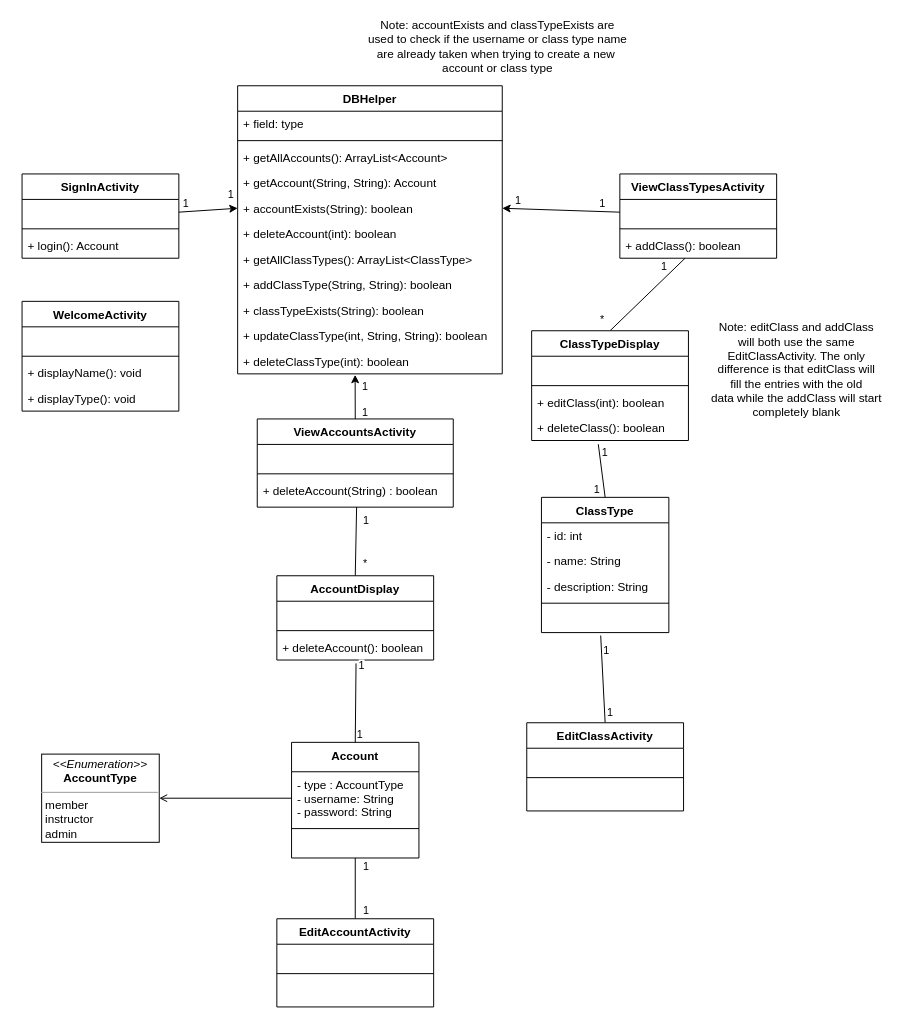
The draw.io diagram Documents/UML Class Diagram.drawio in AmyLDunn/Fitness_Center, before the edit. Source tidied: cells renumbered, new cells numbered last; positions are measured from the earlier drawing's top-left corner, leaving out a move shared by most shapes. Both pictures are drawn from the tidied source at 98%, with x=0, y=0 at pixel (22, 17).
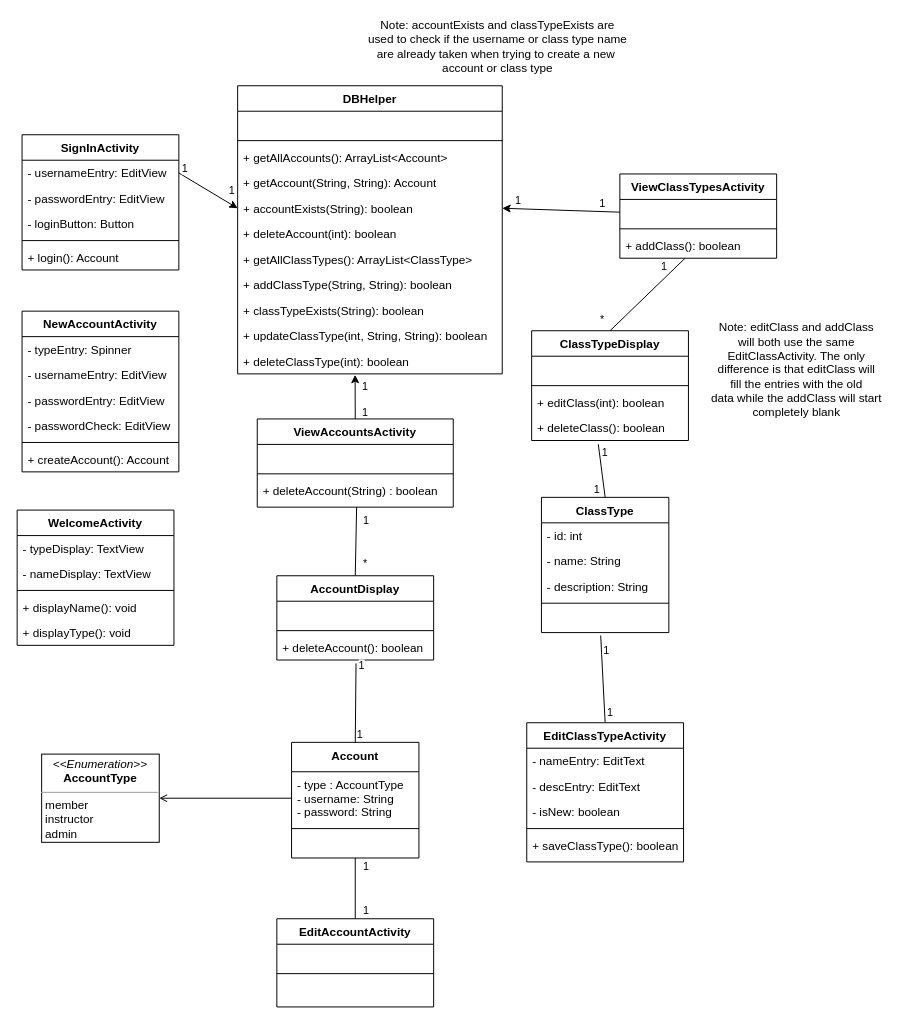
After the change.

Unchanged cells that the change refers to:
```xml
<mxCell id="50" value="DBHelper" style="swimlane;fontStyle=1;align=center;verticalAlign=top;horizontal=1;startSize=26;" parent="1" vertex="1">
  <mxGeometry x="220" y="70" width="270" height="294" as="geometry" />
</mxCell>
```

Diff of the diagram source:
```diff
@@
     <mxCell id="14" value="SignInActivity" style="swimlane;fontStyle=1;align=center;verticalAlign=top;horizontal=1;startSize=26;" parent="1" vertex="1">
-      <mxGeometry y="160" width="160" height="86" as="geometry" />
+      <mxGeometry y="120" width="160" height="138" as="geometry" />
     </mxCell>
-    <mxCell id="15" value=" " style="text;strokeColor=none;fillColor=none;align=left;verticalAlign=top;spacingLeft=4;spacingRight=4;overflow=hidden;points=[[0,0.5],[1,0.5]];portConstraint=eastwest;" parent="14" vertex="1">
+    <mxCell id="15" value="- usernameEntry: EditView" style="text;strokeColor=none;fillColor=none;align=left;verticalAlign=top;spacingLeft=4;spacingRight=4;overflow=hidden;points=[[0,0.5],[1,0.5]];portConstraint=eastwest;" parent="14" vertex="1">
       <mxGeometry y="26" width="160" height="26" as="geometry" />
     </mxCell>
+    <mxCell id="89" value="- passwordEntry: EditView" style="text;strokeColor=none;fillColor=none;align=left;verticalAlign=top;spacingLeft=4;spacingRight=4;overflow=hidden;" parent="14" vertex="1">
+      <mxGeometry y="52" width="160" height="26" as="geometry" />
+    </mxCell>
+    <mxCell id="90" value="- loginButton: Button" style="text;strokeColor=none;fillColor=none;align=left;verticalAlign=top;spacingLeft=4;spacingRight=4;overflow=hidden;" parent="14" vertex="1">
+      <mxGeometry y="78" width="160" height="26" as="geometry" />
+    </mxCell>
     <mxCell id="16" style="line;strokeWidth=1;fillColor=none;align=left;verticalAlign=middle;spacingTop=-1;spacingLeft=3;spacingRight=3;labelPosition=right;" parent="14" vertex="1">
-      <mxGeometry y="52" width="160" height="8" as="geometry" />
+      <mxGeometry y="104" width="160" height="8" as="geometry" />
     </mxCell>
     <mxCell id="17" value="+ login(): Account" style="text;strokeColor=none;fillColor=none;align=left;verticalAlign=top;spacingLeft=4;spacingRight=4;overflow=hidden;" parent="14" vertex="1">
-      <mxGeometry y="60" width="160" height="26" as="geometry" />
+      <mxGeometry y="112" width="160" height="26" as="geometry" />
     </mxCell>
     <mxCell id="18" value="WelcomeActivity" style="swimlane;fontStyle=1;align=center;verticalAlign=top;horizontal=1;startSize=26;" parent="1" vertex="1">
-      <mxGeometry y="290" width="160" height="112" as="geometry" />
+      <mxGeometry x="-5" y="503" width="160" height="138" as="geometry" />
     </mxCell>
-    <mxCell id="19" value=" " style="text;strokeColor=none;fillColor=none;align=left;verticalAlign=top;spacingLeft=4;spacingRight=4;overflow=hidden;" parent="18" vertex="1">
+    <mxCell id="19" value="- typeDisplay: TextView" style="text;strokeColor=none;fillColor=none;align=left;verticalAlign=top;spacingLeft=4;spacingRight=4;overflow=hidden;" parent="18" vertex="1">
       <mxGeometry y="26" width="160" height="26" as="geometry" />
     </mxCell>
+    <mxCell id="91" value="- nameDisplay: TextView" style="text;strokeColor=none;fillColor=none;align=left;verticalAlign=top;spacingLeft=4;spacingRight=4;overflow=hidden;" parent="18" vertex="1">
+      <mxGeometry y="52" width="160" height="26" as="geometry" />
+    </mxCell>
     <mxCell id="20" style="line;strokeWidth=1;fillColor=none;align=left;verticalAlign=middle;spacingTop=-1;spacingLeft=3;spacingRight=3;labelPosition=right;" parent="18" vertex="1">
-      <mxGeometry y="52" width="160" height="8" as="geometry" />
+      <mxGeometry y="78" width="160" height="8" as="geometry" />
     </mxCell>
     <mxCell id="21" value="+ displayName(): void" style="text;strokeColor=none;fillColor=none;align=left;verticalAlign=top;spacingLeft=4;spacingRight=4;overflow=hidden;" parent="18" vertex="1">
-      <mxGeometry y="60" width="160" height="26" as="geometry" />
+      <mxGeometry y="86" width="160" height="26" as="geometry" />
     </mxCell>
     <mxCell id="22" value="+ displayType(): void" style="text;strokeColor=none;fillColor=none;align=left;verticalAlign=top;spacingLeft=4;spacingRight=4;overflow=hidden;" parent="18" vertex="1">
-      <mxGeometry y="86" width="160" height="26" as="geometry" />
+      <mxGeometry y="112" width="160" height="26" as="geometry" />
     </mxCell>
@@
-    <mxCell id="36" value="EditClassActivity" style="swimlane;fontStyle=1;align=center;verticalAlign=top;horizontal=1;startSize=26;" parent="1" vertex="1">
-      <mxGeometry x="515" y="720" width="160" height="90" as="geometry" />
+    <mxCell id="36" value="EditClassTypeActivity" style="swimlane;fontStyle=1;align=center;verticalAlign=top;horizontal=1;startSize=26;" parent="1" vertex="1">
+      <mxGeometry x="515" y="720" width="160" height="142" as="geometry" />
     </mxCell>
-    <mxCell id="37" value=" " style="text;strokeColor=none;fillColor=none;align=left;verticalAlign=top;spacingLeft=4;spacingRight=4;overflow=hidden;" parent="36" vertex="1">
+    <mxCell id="37" value="- nameEntry: EditText" style="text;strokeColor=none;fillColor=none;align=left;verticalAlign=top;spacingLeft=4;spacingRight=4;overflow=hidden;" parent="36" vertex="1">
       <mxGeometry y="26" width="160" height="26" as="geometry" />
     </mxCell>
+    <mxCell id="92" value="- descEntry: EditText" style="text;strokeColor=none;fillColor=none;align=left;verticalAlign=top;spacingLeft=4;spacingRight=4;overflow=hidden;" parent="36" vertex="1">
+      <mxGeometry y="52" width="160" height="26" as="geometry" />
+    </mxCell>
+    <mxCell id="93" value="- isNew: boolean" style="text;strokeColor=none;fillColor=none;align=left;verticalAlign=top;spacingLeft=4;spacingRight=4;overflow=hidden;" parent="36" vertex="1">
+      <mxGeometry y="78" width="160" height="26" as="geometry" />
+    </mxCell>
     <mxCell id="38" style="line;strokeWidth=1;fillColor=none;align=left;verticalAlign=middle;spacingTop=-1;spacingLeft=3;spacingRight=3;labelPosition=right;" parent="36" vertex="1">
-      <mxGeometry y="52" width="160" height="8" as="geometry" />
+      <mxGeometry y="104" width="160" height="8" as="geometry" />
     </mxCell>
-    <mxCell id="39" value=" " style="text;strokeColor=none;fillColor=none;align=left;verticalAlign=top;spacingLeft=4;spacingRight=4;overflow=hidden;spacingTop=0;spacingBottom=0;spacing=2;" parent="36" vertex="1">
-      <mxGeometry y="60" width="160" height="30" as="geometry" />
+    <mxCell id="39" value="+ saveClassType(): boolean" style="text;strokeColor=none;fillColor=none;align=left;verticalAlign=top;spacingLeft=4;spacingRight=4;overflow=hidden;spacingTop=0;spacingBottom=0;spacing=2;" parent="36" vertex="1">
+      <mxGeometry y="112" width="160" height="30" as="geometry" />
     </mxCell>
@@
-    <mxCell id="51" value="+ field: type" style="text;strokeColor=none;fillColor=none;align=left;verticalAlign=top;spacingLeft=4;spacingRight=4;overflow=hidden;" parent="50" vertex="1">
+    <mxCell id="51" value=" " style="text;strokeColor=none;fillColor=none;align=left;verticalAlign=top;spacingLeft=4;spacingRight=4;overflow=hidden;" parent="50" vertex="1">
       <mxGeometry y="26" width="270" height="26" as="geometry" />
     </mxCell>
@@
+    <mxCell id="94" value="NewAccountActivity" style="swimlane;fontStyle=1;align=center;verticalAlign=top;horizontal=1;startSize=26;" parent="1" vertex="1">
+      <mxGeometry y="300" width="160" height="164" as="geometry" />
+    </mxCell>
+    <mxCell id="95" value="- typeEntry: Spinner" style="text;strokeColor=none;fillColor=none;align=left;verticalAlign=top;spacingLeft=4;spacingRight=4;overflow=hidden;" parent="94" vertex="1">
+      <mxGeometry y="26" width="160" height="26" as="geometry" />
+    </mxCell>
+    <mxCell id="96" value="- usernameEntry: EditView" style="text;strokeColor=none;fillColor=none;align=left;verticalAlign=top;spacingLeft=4;spacingRight=4;overflow=hidden;" parent="94" vertex="1">
+      <mxGeometry y="52" width="160" height="26" as="geometry" />
+    </mxCell>
+    <mxCell id="97" value="- passwordEntry: EditView" style="text;strokeColor=none;fillColor=none;align=left;verticalAlign=top;spacingLeft=4;spacingRight=4;overflow=hidden;" parent="94" vertex="1">
+      <mxGeometry y="78" width="160" height="26" as="geometry" />
+    </mxCell>
+    <mxCell id="98" value="- passwordCheck: EditView" style="text;strokeColor=none;fillColor=none;align=left;verticalAlign=top;spacingLeft=4;spacingRight=4;overflow=hidden;" parent="94" vertex="1">
+      <mxGeometry y="104" width="160" height="26" as="geometry" />
+    </mxCell>
+    <mxCell id="99" style="line;strokeWidth=1;fillColor=none;align=left;verticalAlign=middle;spacingTop=-1;spacingLeft=3;spacingRight=3;labelPosition=right;" parent="94" vertex="1">
+      <mxGeometry y="130" width="160" height="8" as="geometry" />
+    </mxCell>
+    <mxCell id="100" value="+ createAccount(): Account" style="text;strokeColor=none;fillColor=none;align=left;verticalAlign=top;spacingLeft=4;spacingRight=4;overflow=hidden;" parent="94" vertex="1">
+      <mxGeometry y="138" width="160" height="26" as="geometry" />
+    </mxCell>
```
